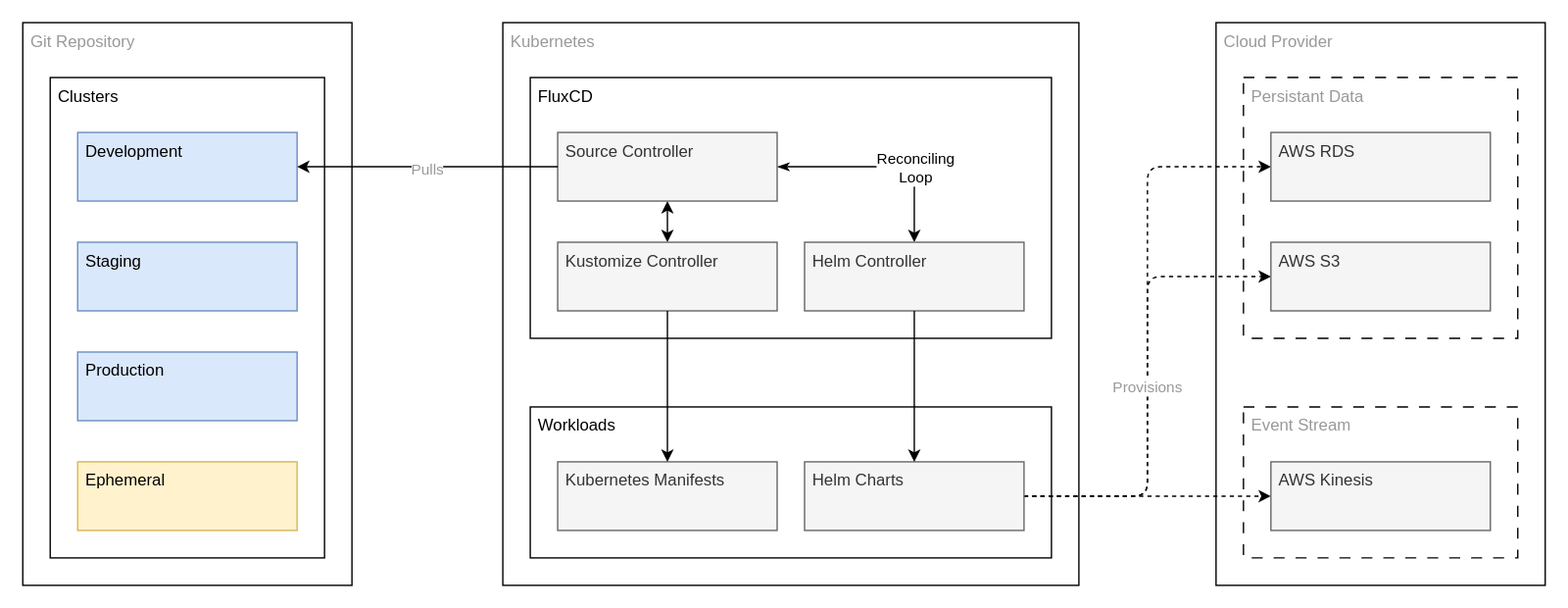
Above: docs/external-resource-problem.drawio.svg in danielloader/kubernetes-sdlc (draw.io), before the change. Source tidied: cells renumbered, new cells last; positions are measured from the earlier drawing's top-left corner, leaving out a move shared by most shapes. Its diagram source:
```xml
<mxGraphModel background="#FFFFFF">
  <root>
    <mxCell id="0" />
    <mxCell id="1" parent="0" />
    <mxCell id="2" value="Cloud Provider" style="rounded=0;whiteSpace=wrap;html=1;verticalAlign=top;align=left;spacingLeft=4;fontColor=#999999;" parent="1" vertex="1">
      <mxGeometry x="870" width="240" height="410" as="geometry" />
    </mxCell>
    <mxCell id="3" value="Event Stream" style="rounded=0;whiteSpace=wrap;html=1;verticalAlign=top;align=left;spacingLeft=4;dashed=1;dashPattern=8 8;fontColor=#999999;" parent="1" vertex="1">
      <mxGeometry x="890" y="280" width="200" height="110" as="geometry" />
    </mxCell>
    <mxCell id="4" value="Persistant Data" style="rounded=0;whiteSpace=wrap;html=1;verticalAlign=top;align=left;spacingLeft=4;dashed=1;dashPattern=8 8;fontColor=#999999;" parent="1" vertex="1">
      <mxGeometry x="890" y="40" width="200" height="190" as="geometry" />
    </mxCell>
    <mxCell id="5" value="Kubernetes" style="rounded=0;whiteSpace=wrap;html=1;verticalAlign=top;align=left;spacingLeft=4;fontColor=#999999;" parent="1" vertex="1">
      <mxGeometry x="350" width="420" height="410" as="geometry" />
    </mxCell>
    <mxCell id="6" value="Git Repository" style="rounded=0;whiteSpace=wrap;html=1;horizontal=1;verticalAlign=top;align=left;spacingLeft=4;fontColor=#999999;" parent="1" vertex="1">
      <mxGeometry width="240" height="410" as="geometry" />
    </mxCell>
    <mxCell id="7" value="Clusters" style="rounded=0;whiteSpace=wrap;html=1;fontColor=#000000;verticalAlign=top;align=left;spacingLeft=4;" parent="1" vertex="1">
      <mxGeometry x="20" y="40" width="200" height="350" as="geometry" />
    </mxCell>
    <mxCell id="8" value="Development" style="rounded=0;whiteSpace=wrap;html=1;verticalAlign=top;align=left;spacingLeft=4;fillColor=#dae8fc;strokeColor=#6c8ebf;" parent="1" vertex="1">
      <mxGeometry x="40" y="80" width="160" height="50" as="geometry" />
    </mxCell>
    <mxCell id="9" value="Staging" style="rounded=0;whiteSpace=wrap;html=1;verticalAlign=top;align=left;spacingLeft=4;fillColor=#dae8fc;strokeColor=#6c8ebf;" parent="1" vertex="1">
      <mxGeometry x="40" y="160" width="160" height="50" as="geometry" />
    </mxCell>
    <mxCell id="10" value="Production" style="rounded=0;whiteSpace=wrap;html=1;verticalAlign=top;align=left;spacingLeft=4;fillColor=#dae8fc;strokeColor=#6c8ebf;" parent="1" vertex="1">
      <mxGeometry x="40" y="240" width="160" height="50" as="geometry" />
    </mxCell>
    <mxCell id="11" value="Ephemeral" style="rounded=0;whiteSpace=wrap;html=1;verticalAlign=top;align=left;spacingLeft=4;fillColor=#fff2cc;strokeColor=#d6b656;" parent="1" vertex="1">
      <mxGeometry x="40" y="320" width="160" height="50" as="geometry" />
    </mxCell>
    <mxCell id="12" value="FluxCD" style="rounded=0;whiteSpace=wrap;html=1;verticalAlign=top;align=left;spacingLeft=4;" parent="1" vertex="1">
      <mxGeometry x="370" y="40" width="380" height="190" as="geometry" />
    </mxCell>
    <mxCell id="13" style="edgeStyle=none;html=1;entryX=0.5;entryY=0;entryDx=0;entryDy=0;fontColor=#999999;startArrow=classic;startFill=1;" parent="1" edge="1" source="16" target="18">
      <mxGeometry relative="1" as="geometry" />
    </mxCell>
    <mxCell id="14" style="edgeStyle=orthogonalEdgeStyle;html=1;entryX=0.5;entryY=0;entryDx=0;entryDy=0;fontColor=#999999;startArrow=classicThin;startFill=1;" parent="1" edge="1" source="16" target="17">
      <mxGeometry relative="1" as="geometry" />
    </mxCell>
    <mxCell id="15" value="Reconciling&lt;br&gt;Loop" style="edgeLabel;html=1;align=center;verticalAlign=middle;fontColor=#000000;" parent="14" vertex="1">
      <mxGeometry x="-0.25" y="-1" relative="1" as="geometry">
        <mxPoint x="42" y="-1" as="offset" />
      </mxGeometry>
    </mxCell>
    <mxCell id="16" value="Source Controller" style="rounded=0;whiteSpace=wrap;html=1;verticalAlign=top;align=left;spacingLeft=4;fillColor=#f5f5f5;fontColor=#333333;strokeColor=#666666;" parent="1" vertex="1">
      <mxGeometry x="390" y="80" width="160" height="50" as="geometry" />
    </mxCell>
    <mxCell id="17" value="Helm Controller" style="rounded=0;whiteSpace=wrap;html=1;verticalAlign=top;align=left;spacingLeft=4;fillColor=#f5f5f5;fontColor=#333333;strokeColor=#666666;" parent="1" vertex="1">
      <mxGeometry x="570" y="160" width="160" height="50" as="geometry" />
    </mxCell>
    <mxCell id="18" value="Kustomize Controller" style="rounded=0;whiteSpace=wrap;html=1;verticalAlign=top;align=left;spacingLeft=4;fillColor=#f5f5f5;fontColor=#333333;strokeColor=#666666;" parent="1" vertex="1">
      <mxGeometry x="390" y="160" width="160" height="50" as="geometry" />
    </mxCell>
    <mxCell id="19" style="edgeStyle=none;html=1;fontColor=#999999;exitX=0;exitY=0.5;exitDx=0;exitDy=0;entryX=1;entryY=0.5;entryDx=0;entryDy=0;" parent="1" edge="1" source="16" target="8">
      <mxGeometry relative="1" as="geometry" />
    </mxCell>
    <mxCell id="20" value="Pulls" style="edgeLabel;html=1;align=center;verticalAlign=middle;fontColor=#999999;" parent="19" vertex="1">
      <mxGeometry x="0.01" y="1" relative="1" as="geometry" />
    </mxCell>
    <mxCell id="21" value="Workloads" style="rounded=0;whiteSpace=wrap;html=1;verticalAlign=top;align=left;spacingLeft=4;" parent="1" vertex="1">
      <mxGeometry x="370" y="280" width="380" height="110" as="geometry" />
    </mxCell>
    <mxCell id="22" value="Kubernetes Manifests" style="rounded=0;whiteSpace=wrap;html=1;verticalAlign=top;align=left;spacingLeft=4;fillColor=#f5f5f5;fontColor=#333333;strokeColor=#666666;" parent="1" vertex="1">
      <mxGeometry x="390" y="320" width="160" height="50" as="geometry" />
    </mxCell>
    <mxCell id="23" style="edgeStyle=orthogonalEdgeStyle;html=1;fontColor=#999999;startArrow=none;startFill=0;" parent="1" edge="1" source="18" target="22">
      <mxGeometry relative="1" as="geometry" />
    </mxCell>
    <mxCell id="24" style="edgeStyle=orthogonalEdgeStyle;html=1;entryX=0;entryY=0.5;entryDx=0;entryDy=0;fontColor=#999999;dashed=1;" parent="1" edge="1" source="28" target="31">
      <mxGeometry relative="1" as="geometry" />
    </mxCell>
    <mxCell id="25" style="edgeStyle=orthogonalEdgeStyle;html=1;entryX=0;entryY=0.5;entryDx=0;entryDy=0;fontColor=#999999;dashed=1;" parent="1" edge="1" source="28" target="30">
      <mxGeometry relative="1" as="geometry" />
    </mxCell>
    <mxCell id="26" value="Provisions" style="edgeLabel;html=1;align=center;verticalAlign=middle;fontColor=#999999;" parent="25" vertex="1">
      <mxGeometry x="-0.15" y="1" relative="1" as="geometry">
        <mxPoint y="8" as="offset" />
      </mxGeometry>
    </mxCell>
    <mxCell id="27" style="edgeStyle=orthogonalEdgeStyle;html=1;fontColor=#999999;dashed=1;" parent="1" edge="1" source="28" target="32">
      <mxGeometry relative="1" as="geometry" />
    </mxCell>
    <mxCell id="28" value="Helm Charts" style="rounded=0;whiteSpace=wrap;html=1;verticalAlign=top;align=left;spacingLeft=4;fillColor=#f5f5f5;fontColor=#333333;strokeColor=#666666;" parent="1" vertex="1">
      <mxGeometry x="570" y="320" width="160" height="50" as="geometry" />
    </mxCell>
    <mxCell id="29" style="edgeStyle=orthogonalEdgeStyle;html=1;entryX=0.5;entryY=0;entryDx=0;entryDy=0;fontColor=#999999;startArrow=none;startFill=0;" parent="1" edge="1" source="17" target="28">
      <mxGeometry relative="1" as="geometry" />
    </mxCell>
    <mxCell id="30" value="AWS RDS" style="rounded=0;whiteSpace=wrap;html=1;verticalAlign=top;align=left;spacingLeft=4;fillColor=#f5f5f5;fontColor=#333333;strokeColor=#666666;" parent="1" vertex="1">
      <mxGeometry x="910" y="80" width="160" height="50" as="geometry" />
    </mxCell>
    <mxCell id="31" value="AWS S3" style="rounded=0;whiteSpace=wrap;html=1;verticalAlign=top;align=left;spacingLeft=4;fillColor=#f5f5f5;fontColor=#333333;strokeColor=#666666;" parent="1" vertex="1">
      <mxGeometry x="910" y="160" width="160" height="50" as="geometry" />
    </mxCell>
    <mxCell id="32" value="AWS Kinesis" style="rounded=0;whiteSpace=wrap;html=1;verticalAlign=top;align=left;spacingLeft=4;fillColor=#f5f5f5;fontColor=#333333;strokeColor=#666666;" parent="1" vertex="1">
      <mxGeometry x="910" y="320" width="160" height="50" as="geometry" />
    </mxCell>
  </root>
</mxGraphModel>
```
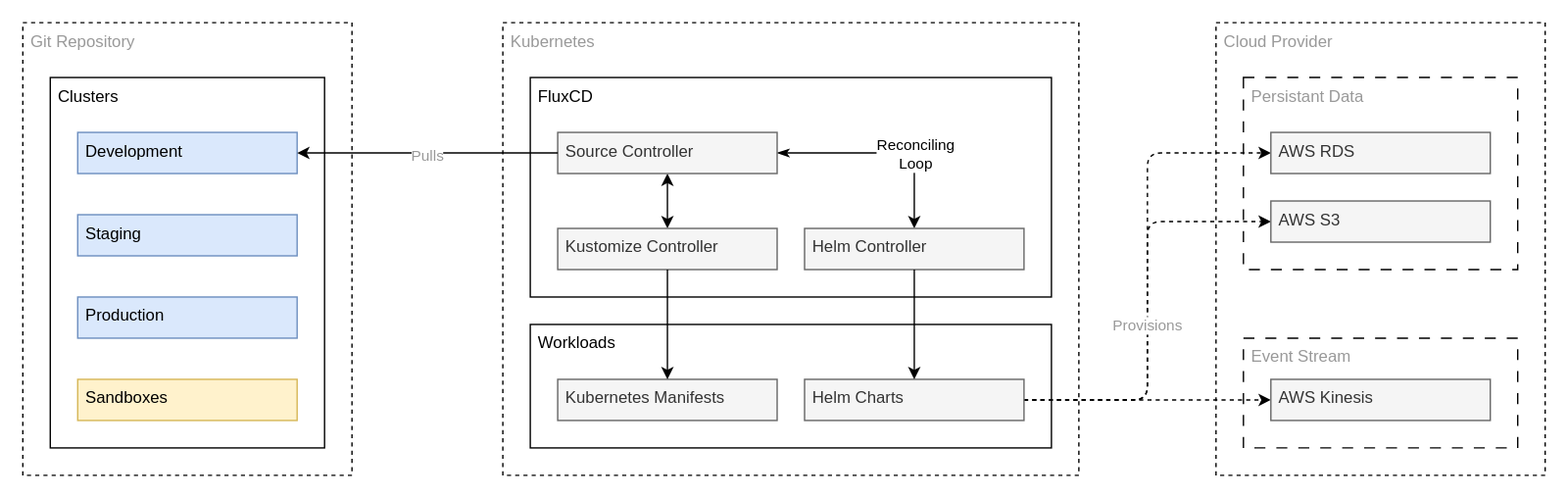
The same file after the commit.

Diff of the diagram source:
```diff
@@ -2,38 +2,38 @@
   <root>
     <mxCell id="0" />
     <mxCell id="1" parent="0" />
-    <mxCell id="2" value="Cloud Provider" style="rounded=0;whiteSpace=wrap;html=1;verticalAlign=top;align=left;spacingLeft=4;fontColor=#999999;" parent="1" vertex="1">
-      <mxGeometry x="870" width="240" height="410" as="geometry" />
+    <mxCell id="2" value="Cloud Provider" style="rounded=0;whiteSpace=wrap;html=1;verticalAlign=top;align=left;spacingLeft=4;fontColor=#999999;dashed=1;" parent="1" vertex="1">
+      <mxGeometry x="870" width="240" height="330" as="geometry" />
     </mxCell>
     <mxCell id="3" value="Event Stream" style="rounded=0;whiteSpace=wrap;html=1;verticalAlign=top;align=left;spacingLeft=4;dashed=1;dashPattern=8 8;fontColor=#999999;" parent="1" vertex="1">
-      <mxGeometry x="890" y="280" width="200" height="110" as="geometry" />
+      <mxGeometry x="890" y="230" width="200" height="80" as="geometry" />
     </mxCell>
     <mxCell id="4" value="Persistant Data" style="rounded=0;whiteSpace=wrap;html=1;verticalAlign=top;align=left;spacingLeft=4;dashed=1;dashPattern=8 8;fontColor=#999999;" parent="1" vertex="1">
-      <mxGeometry x="890" y="40" width="200" height="190" as="geometry" />
+      <mxGeometry x="890" y="40" width="200" height="140" as="geometry" />
     </mxCell>
-    <mxCell id="5" value="Kubernetes" style="rounded=0;whiteSpace=wrap;html=1;verticalAlign=top;align=left;spacingLeft=4;fontColor=#999999;" parent="1" vertex="1">
-      <mxGeometry x="350" width="420" height="410" as="geometry" />
+    <mxCell id="5" value="Kubernetes" style="rounded=0;whiteSpace=wrap;html=1;verticalAlign=top;align=left;spacingLeft=4;fontColor=#999999;dashed=1;" parent="1" vertex="1">
+      <mxGeometry x="350" width="420" height="330" as="geometry" />
     </mxCell>
-    <mxCell id="6" value="Git Repository" style="rounded=0;whiteSpace=wrap;html=1;horizontal=1;verticalAlign=top;align=left;spacingLeft=4;fontColor=#999999;" parent="1" vertex="1">
-      <mxGeometry width="240" height="410" as="geometry" />
+    <mxCell id="6" value="Git Repository" style="rounded=0;whiteSpace=wrap;html=1;horizontal=1;verticalAlign=top;align=left;spacingLeft=4;fontColor=#999999;dashed=1;" parent="1" vertex="1">
+      <mxGeometry width="240" height="330" as="geometry" />
     </mxCell>
     <mxCell id="7" value="Clusters" style="rounded=0;whiteSpace=wrap;html=1;fontColor=#000000;verticalAlign=top;align=left;spacingLeft=4;" parent="1" vertex="1">
-      <mxGeometry x="20" y="40" width="200" height="350" as="geometry" />
+      <mxGeometry x="20" y="40" width="200" height="270" as="geometry" />
     </mxCell>
     <mxCell id="8" value="Development" style="rounded=0;whiteSpace=wrap;html=1;verticalAlign=top;align=left;spacingLeft=4;fillColor=#dae8fc;strokeColor=#6c8ebf;" parent="1" vertex="1">
-      <mxGeometry x="40" y="80" width="160" height="50" as="geometry" />
+      <mxGeometry x="40" y="80" width="160" height="30" as="geometry" />
     </mxCell>
     <mxCell id="9" value="Staging" style="rounded=0;whiteSpace=wrap;html=1;verticalAlign=top;align=left;spacingLeft=4;fillColor=#dae8fc;strokeColor=#6c8ebf;" parent="1" vertex="1">
-      <mxGeometry x="40" y="160" width="160" height="50" as="geometry" />
+      <mxGeometry x="40" y="140" width="160" height="30" as="geometry" />
     </mxCell>
     <mxCell id="10" value="Production" style="rounded=0;whiteSpace=wrap;html=1;verticalAlign=top;align=left;spacingLeft=4;fillColor=#dae8fc;strokeColor=#6c8ebf;" parent="1" vertex="1">
-      <mxGeometry x="40" y="240" width="160" height="50" as="geometry" />
+      <mxGeometry x="40" y="200" width="160" height="30" as="geometry" />
     </mxCell>
-    <mxCell id="11" value="Ephemeral" style="rounded=0;whiteSpace=wrap;html=1;verticalAlign=top;align=left;spacingLeft=4;fillColor=#fff2cc;strokeColor=#d6b656;" parent="1" vertex="1">
-      <mxGeometry x="40" y="320" width="160" height="50" as="geometry" />
+    <mxCell id="11" value="Sandboxes" style="rounded=0;whiteSpace=wrap;html=1;verticalAlign=top;align=left;spacingLeft=4;fillColor=#fff2cc;strokeColor=#d6b656;" parent="1" vertex="1">
+      <mxGeometry x="40" y="260" width="160" height="30" as="geometry" />
     </mxCell>
     <mxCell id="12" value="FluxCD" style="rounded=0;whiteSpace=wrap;html=1;verticalAlign=top;align=left;spacingLeft=4;" parent="1" vertex="1">
-      <mxGeometry x="370" y="40" width="380" height="190" as="geometry" />
+      <mxGeometry x="370" y="40" width="380" height="160" as="geometry" />
     </mxCell>
     <mxCell id="13" style="edgeStyle=none;html=1;entryX=0.5;entryY=0;entryDx=0;entryDy=0;fontColor=#999999;startArrow=classic;startFill=1;" parent="1" edge="1" source="16" target="18">
       <mxGeometry relative="1" as="geometry" />
@@ -47,13 +47,13 @@
       </mxGeometry>
     </mxCell>
     <mxCell id="16" value="Source Controller" style="rounded=0;whiteSpace=wrap;html=1;verticalAlign=top;align=left;spacingLeft=4;fillColor=#f5f5f5;fontColor=#333333;strokeColor=#666666;" parent="1" vertex="1">
-      <mxGeometry x="390" y="80" width="160" height="50" as="geometry" />
+      <mxGeometry x="390" y="80" width="160" height="30" as="geometry" />
     </mxCell>
     <mxCell id="17" value="Helm Controller" style="rounded=0;whiteSpace=wrap;html=1;verticalAlign=top;align=left;spacingLeft=4;fillColor=#f5f5f5;fontColor=#333333;strokeColor=#666666;" parent="1" vertex="1">
-      <mxGeometry x="570" y="160" width="160" height="50" as="geometry" />
+      <mxGeometry x="570" y="150" width="160" height="30" as="geometry" />
     </mxCell>
     <mxCell id="18" value="Kustomize Controller" style="rounded=0;whiteSpace=wrap;html=1;verticalAlign=top;align=left;spacingLeft=4;fillColor=#f5f5f5;fontColor=#333333;strokeColor=#666666;" parent="1" vertex="1">
-      <mxGeometry x="390" y="160" width="160" height="50" as="geometry" />
+      <mxGeometry x="390" y="150" width="160" height="30" as="geometry" />
     </mxCell>
     <mxCell id="19" style="edgeStyle=none;html=1;fontColor=#999999;exitX=0;exitY=0.5;exitDx=0;exitDy=0;entryX=1;entryY=0.5;entryDx=0;entryDy=0;" parent="1" edge="1" source="16" target="8">
       <mxGeometry relative="1" as="geometry" />
@@ -62,10 +62,10 @@
       <mxGeometry x="0.01" y="1" relative="1" as="geometry" />
     </mxCell>
     <mxCell id="21" value="Workloads" style="rounded=0;whiteSpace=wrap;html=1;verticalAlign=top;align=left;spacingLeft=4;" parent="1" vertex="1">
-      <mxGeometry x="370" y="280" width="380" height="110" as="geometry" />
+      <mxGeometry x="370" y="220" width="380" height="90" as="geometry" />
     </mxCell>
     <mxCell id="22" value="Kubernetes Manifests" style="rounded=0;whiteSpace=wrap;html=1;verticalAlign=top;align=left;spacingLeft=4;fillColor=#f5f5f5;fontColor=#333333;strokeColor=#666666;" parent="1" vertex="1">
-      <mxGeometry x="390" y="320" width="160" height="50" as="geometry" />
+      <mxGeometry x="390" y="260" width="160" height="30" as="geometry" />
     </mxCell>
     <mxCell id="23" style="edgeStyle=orthogonalEdgeStyle;html=1;fontColor=#999999;startArrow=none;startFill=0;" parent="1" edge="1" source="18" target="22">
       <mxGeometry relative="1" as="geometry" />
@@ -81,23 +81,23 @@
         <mxPoint y="8" as="offset" />
       </mxGeometry>
     </mxCell>
-    <mxCell id="27" style="edgeStyle=orthogonalEdgeStyle;html=1;fontColor=#999999;dashed=1;" parent="1" edge="1" source="28" target="32">
+    <mxCell id="27" style="edgeStyle=orthogonalEdgeStyle;html=1;fontColor=#999999;dashed=1;entryX=0;entryY=0.5;entryDx=0;entryDy=0;" parent="1" edge="1" source="28" target="32">
       <mxGeometry relative="1" as="geometry" />
     </mxCell>
     <mxCell id="28" value="Helm Charts" style="rounded=0;whiteSpace=wrap;html=1;verticalAlign=top;align=left;spacingLeft=4;fillColor=#f5f5f5;fontColor=#333333;strokeColor=#666666;" parent="1" vertex="1">
-      <mxGeometry x="570" y="320" width="160" height="50" as="geometry" />
+      <mxGeometry x="570" y="260" width="160" height="30" as="geometry" />
     </mxCell>
     <mxCell id="29" style="edgeStyle=orthogonalEdgeStyle;html=1;entryX=0.5;entryY=0;entryDx=0;entryDy=0;fontColor=#999999;startArrow=none;startFill=0;" parent="1" edge="1" source="17" target="28">
       <mxGeometry relative="1" as="geometry" />
     </mxCell>
     <mxCell id="30" value="AWS RDS" style="rounded=0;whiteSpace=wrap;html=1;verticalAlign=top;align=left;spacingLeft=4;fillColor=#f5f5f5;fontColor=#333333;strokeColor=#666666;" parent="1" vertex="1">
-      <mxGeometry x="910" y="80" width="160" height="50" as="geometry" />
+      <mxGeometry x="910" y="80" width="160" height="30" as="geometry" />
     </mxCell>
     <mxCell id="31" value="AWS S3" style="rounded=0;whiteSpace=wrap;html=1;verticalAlign=top;align=left;spacingLeft=4;fillColor=#f5f5f5;fontColor=#333333;strokeColor=#666666;" parent="1" vertex="1">
-      <mxGeometry x="910" y="160" width="160" height="50" as="geometry" />
+      <mxGeometry x="910" y="130" width="160" height="30" as="geometry" />
     </mxCell>
     <mxCell id="32" value="AWS Kinesis" style="rounded=0;whiteSpace=wrap;html=1;verticalAlign=top;align=left;spacingLeft=4;fillColor=#f5f5f5;fontColor=#333333;strokeColor=#666666;" parent="1" vertex="1">
-      <mxGeometry x="910" y="320" width="160" height="50" as="geometry" />
+      <mxGeometry x="910" y="260" width="160" height="30" as="geometry" />
     </mxCell>
   </root>
 </mxGraphModel>
```
